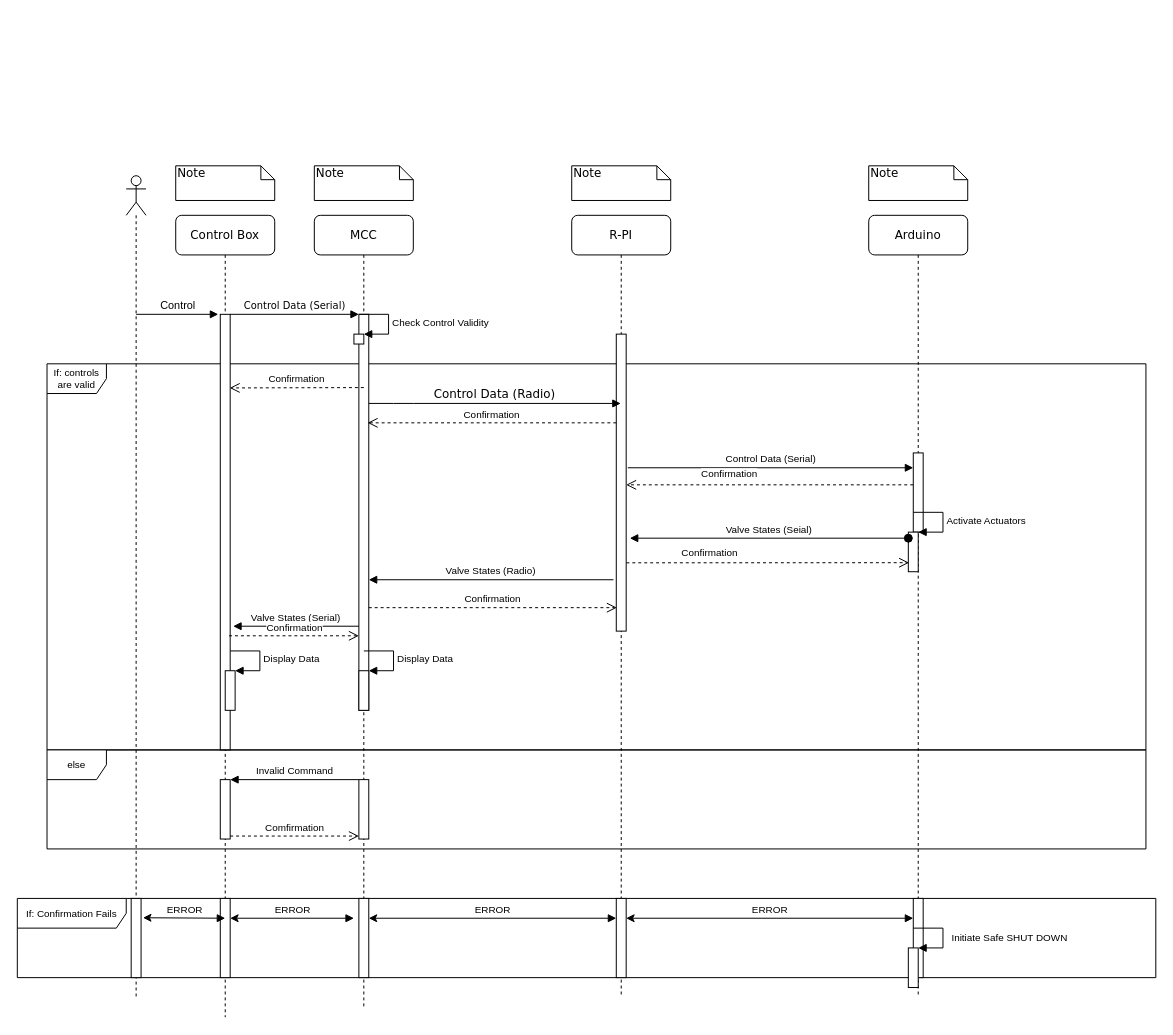
Above: source/images/control_data_sequence.drawio in UVicRocketry/Hybrid-Controls-System (draw.io), before the change. Source tidied: cells renumbered, new cells numbered last; positions are measured from the earlier drawing's top-left corner, leaving out a move shared by most shapes. Both pictures are drawn from the tidied source at 99%, with x=0, y=0 at pixel (17, 165).
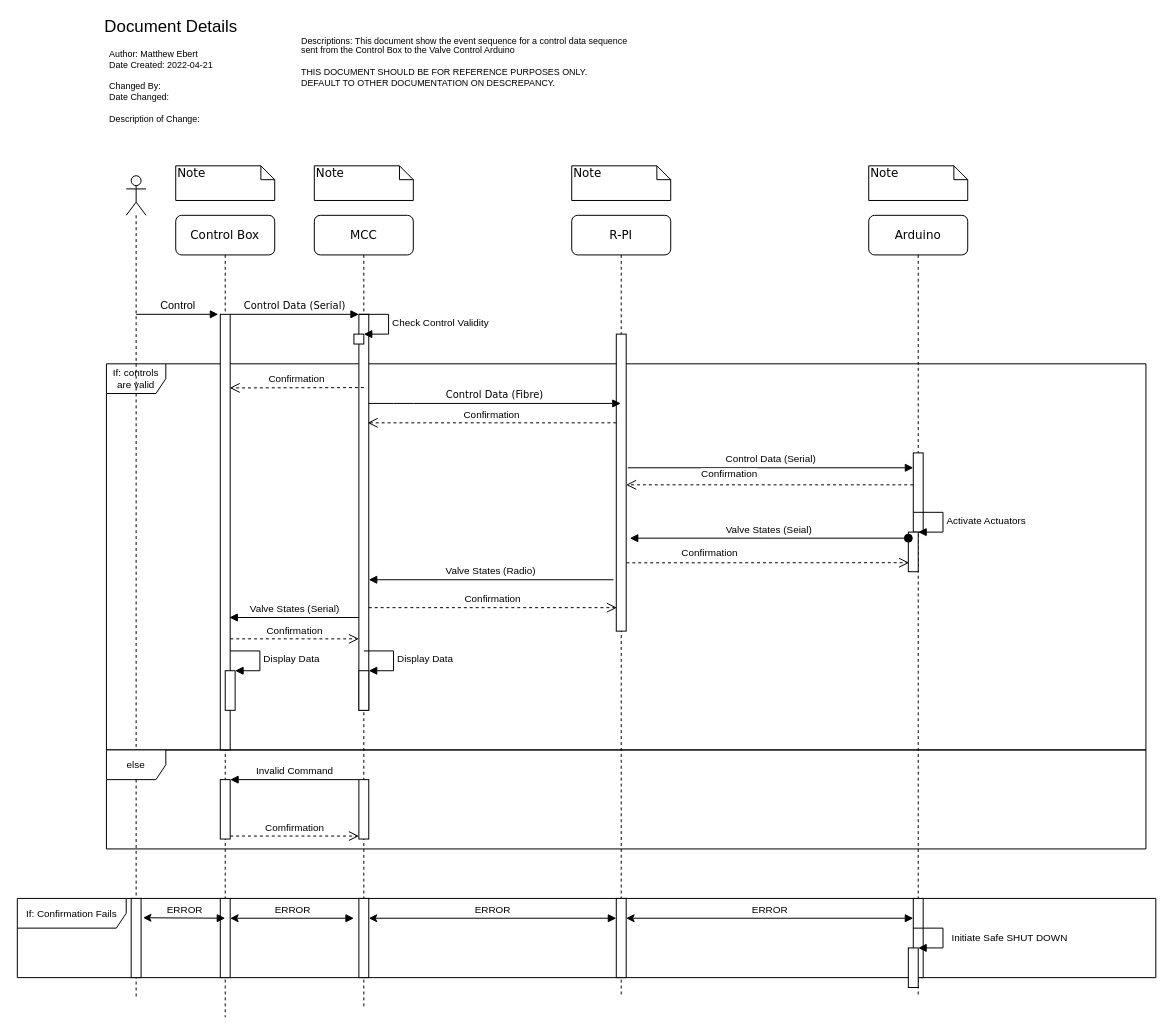
After the change.

Commit message (it also covers changes not shown here):
Added and updated control diagrams

The change refers to these unchanged cells:
```xml
<mxCell id="4" style="html=1;points=[];perimeter=orthogonalPerimeter;rounded=0;shadow=0;comic=0;labelBackgroundColor=none;strokeWidth=1;fontFamily=Verdana;fontSize=12;align=center;" parent="3" vertex="1">
  <mxGeometry x="45" y="100" width="10" height="400" as="geometry" />
</mxCell>
<mxCell id="9" value="R-PI" style="shape=umlLifeline;perimeter=lifelinePerimeter;whiteSpace=wrap;html=1;outlineConnect=0;rounded=1;shadow=0;comic=0;labelBackgroundColor=none;strokeWidth=1;fontFamily=Verdana;fontSize=12;align=center;" parent="1" vertex="1">
  <mxGeometry x="560" y="50" width="100" height="790" as="geometry" />
</mxCell>
<mxCell id="16" style="html=1;points=[];perimeter=orthogonalPerimeter;rounded=0;shadow=0;comic=0;labelBackgroundColor=none;strokeWidth=1;fontFamily=Verdana;fontSize=12;align=center;" parent="15" vertex="1">
  <mxGeometry x="45" y="100" width="10" height="440" as="geometry" />
</mxCell>
```

Diff of the diagram source:
```diff
@@
     <mxCell id="2" value="If: controls are valid" style="shape=umlFrame;whiteSpace=wrap;html=1;fontSize=10;" parent="1" vertex="1">
-      <mxGeometry x="30" y="200" width="1110" height="390" as="geometry" />
+      <mxGeometry x="90" y="200" width="1050" height="390" as="geometry" />
     </mxCell>
@@
-    <mxCell id="20" value="Control Data (Radio)" style="html=1;verticalAlign=bottom;endArrow=block;labelBackgroundColor=none;fontFamily=Verdana;fontSize=12;edgeStyle=elbowEdgeStyle;elbow=vertical;" parent="1" edge="1" source="4" target="9">
+    <mxCell id="20" value="&lt;font style=&quot;font-size: 10px;&quot;&gt;Control Data (Fibre)&lt;/font&gt;" style="html=1;verticalAlign=bottom;endArrow=block;labelBackgroundColor=none;fontFamily=Verdana;fontSize=12;edgeStyle=elbowEdgeStyle;elbow=vertical;" parent="1" edge="1" source="4" target="9">
       <mxGeometry relative="1" as="geometry">
         <Array as="points">
           <mxPoint x="390" y="240" />
           <mxPoint x="550" y="330" />
           <mxPoint x="570" y="300" />
           <mxPoint x="610" y="310" />
           <mxPoint x="460" y="210" />
           <mxPoint x="370" y="250" />
         </Array>
       </mxGeometry>
     </mxCell>
@@
-    <mxCell id="35" value="Valve States (Serial)" style="html=1;verticalAlign=bottom;endArrow=block;rounded=0;fontSize=10;entryX=1.3;entryY=0.716;entryDx=0;entryDy=0;entryPerimeter=0;" parent="1" edge="1" source="4" target="16">
+    <mxCell id="35" value="Valve States (Serial)" style="html=1;verticalAlign=bottom;endArrow=block;rounded=0;fontSize=10;entryX=0.919;entryY=0.696;entryDx=0;entryDy=0;entryPerimeter=0;" parent="1" edge="1" source="4" target="16">
       <mxGeometry relative="1" as="geometry" />
     </mxCell>
-    <mxCell id="36" value="Confirmation" style="html=1;verticalAlign=bottom;endArrow=open;dashed=1;endSize=8;rounded=0;fontSize=10;exitX=0.886;exitY=0.738;exitDx=0;exitDy=0;exitPerimeter=0;" parent="1" edge="1" source="16" target="4">
+    <mxCell id="36" value="Confirmation" style="html=1;verticalAlign=bottom;endArrow=open;dashed=1;endSize=8;rounded=0;fontSize=10;exitX=1.014;exitY=0.745;exitDx=0;exitDy=0;exitPerimeter=0;" parent="1" edge="1" source="16" target="4">
       <mxGeometry relative="1" as="geometry" />
     </mxCell>
     <mxCell id="37" value="else" style="shape=umlFrame;whiteSpace=wrap;html=1;fontSize=10;" parent="1" vertex="1">
-      <mxGeometry x="30" y="590" width="1110" height="100" as="geometry" />
+      <mxGeometry x="90" y="590" width="1050" height="100" as="geometry" />
     </mxCell>
@@
+    <mxCell id="54" value="&lt;font style=&quot;font-size: 17px&quot;&gt;Document Details&lt;/font&gt;" style="text;html=1;align=center;verticalAlign=middle;strokeColor=none;fillColor=none;fontSize=9;" parent="1" vertex="1">
+      <mxGeometry x="80" y="-150" width="150" height="20" as="geometry" />
+    </mxCell>
+    <mxCell id="55" value="&lt;div style=&quot;text-align: left&quot;&gt;&lt;span&gt;Author: Matthew Ebert&lt;/span&gt;&lt;/div&gt;&lt;div style=&quot;text-align: left&quot;&gt;&lt;span&gt;Date Created: 2022-04-21&lt;/span&gt;&lt;/div&gt;&lt;div style=&quot;text-align: left&quot;&gt;&lt;span&gt;&lt;br&gt;&lt;/span&gt;&lt;/div&gt;&lt;div style=&quot;text-align: left&quot;&gt;&lt;span&gt;Changed By:&lt;/span&gt;&lt;/div&gt;&lt;div style=&quot;text-align: left&quot;&gt;&lt;span&gt;Date Changed:&amp;nbsp;&lt;/span&gt;&lt;/div&gt;&lt;div style=&quot;text-align: left&quot;&gt;&lt;span&gt;&lt;br&gt;&lt;/span&gt;&lt;/div&gt;&lt;div style=&quot;text-align: left&quot;&gt;&lt;span&gt;Description of Change:&amp;nbsp;&lt;/span&gt;&lt;/div&gt;" style="text;html=1;align=center;verticalAlign=middle;strokeColor=none;fillColor=none;fontSize=9;" parent="1" vertex="1">
+      <mxGeometry x="85" y="-120" width="120" height="80" as="geometry" />
+    </mxCell>
+    <mxCell id="56" value="Descriptions: This document show the event sequence for a control data sequence &lt;br&gt;sent from the Control Box to the Valve Control Arduino&lt;br&gt;&lt;br&gt;THIS DOCUMENT SHOULD BE FOR REFERENCE PURPOSES ONLY.&lt;br&gt;DEFAULT TO OTHER DOCUMENTATION ON DESCREPANCY." style="text;html=1;align=left;verticalAlign=middle;strokeColor=none;fillColor=none;fontSize=9;" parent="1" vertex="1">
+      <mxGeometry x="285" y="-135" width="350" height="60" as="geometry" />
+    </mxCell>
```
